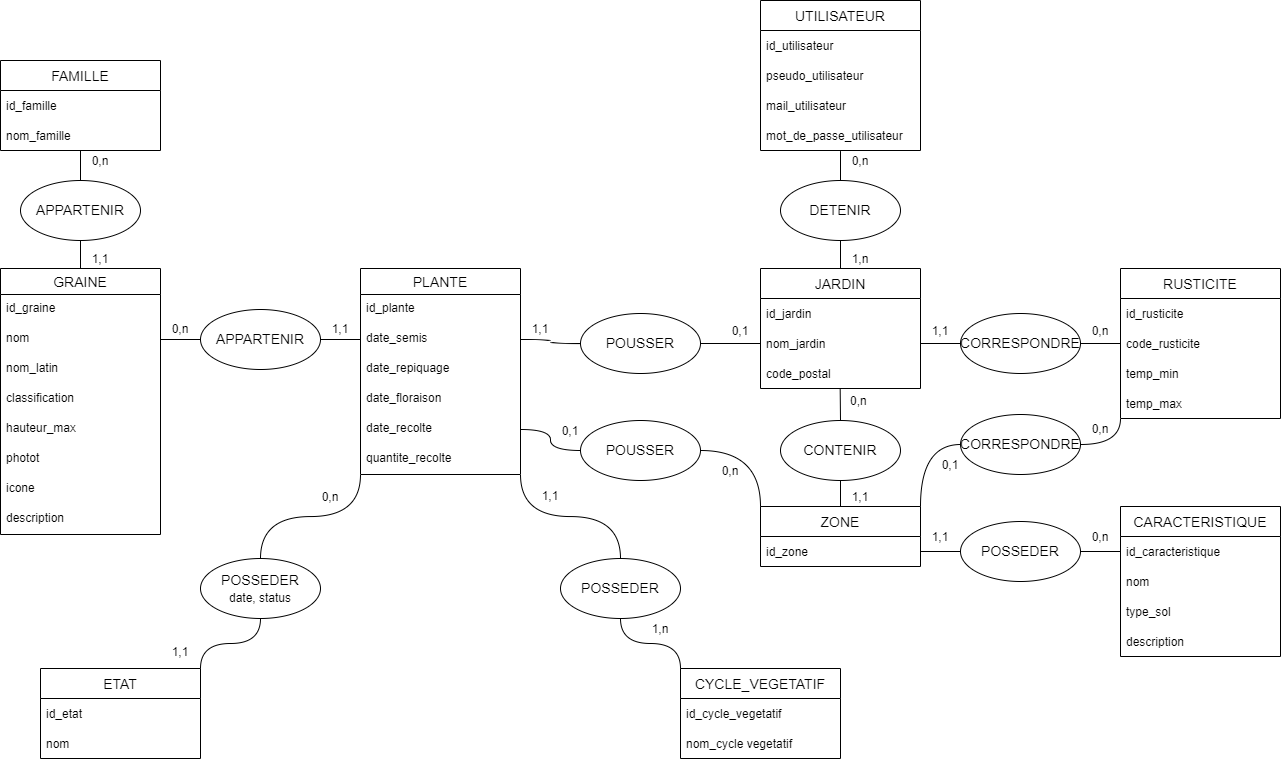
bigbossdusql/i-garden keeps this draw.io diagram as MCD.drawio.png. Above is the earlier version. Source tidied: cells renumbered, new cells last; positions are measured from the earlier drawing's top-left corner, leaving out a move shared by most shapes.
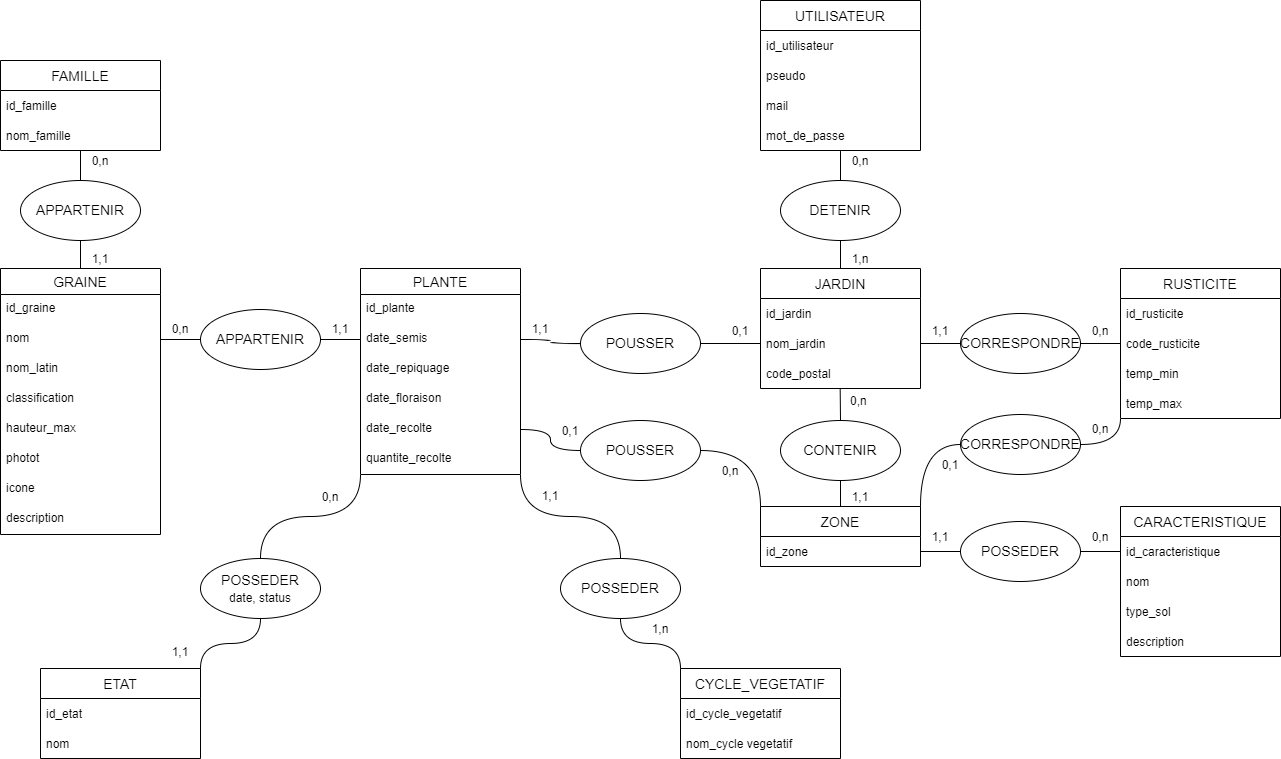
After the change.

Diff of the diagram source:
```diff
@@ -47,13 +47,13 @@
     <mxCell id="16" value="id_utilisateur" style="text;strokeColor=none;fillColor=none;align=left;verticalAlign=middle;spacingLeft=4;spacingRight=4;overflow=hidden;fontFamily=Helvetica;" parent="15" vertex="1">
       <mxGeometry y="30" width="160" height="30" as="geometry" />
     </mxCell>
-    <mxCell id="17" value="pseudo_utilisateur" style="text;strokeColor=none;fillColor=none;align=left;verticalAlign=middle;spacingLeft=4;spacingRight=4;overflow=hidden;fontFamily=Helvetica;" parent="15" vertex="1">
+    <mxCell id="17" value="pseudo" style="text;strokeColor=none;fillColor=none;align=left;verticalAlign=middle;spacingLeft=4;spacingRight=4;overflow=hidden;fontFamily=Helvetica;" parent="15" vertex="1">
       <mxGeometry y="60" width="160" height="30" as="geometry" />
     </mxCell>
-    <mxCell id="18" value="mail_utilisateur" style="text;strokeColor=none;fillColor=none;align=left;verticalAlign=middle;spacingLeft=4;spacingRight=4;overflow=hidden;fontFamily=Helvetica;" parent="15" vertex="1">
+    <mxCell id="18" value="mail" style="text;strokeColor=none;fillColor=none;align=left;verticalAlign=middle;spacingLeft=4;spacingRight=4;overflow=hidden;fontFamily=Helvetica;" parent="15" vertex="1">
       <mxGeometry y="90" width="160" height="30" as="geometry" />
     </mxCell>
-    <mxCell id="19" value="mot_de_passe_utilisateur" style="text;strokeColor=none;fillColor=none;align=left;verticalAlign=middle;spacingLeft=4;spacingRight=4;overflow=hidden;points=[[0,0.5],[1,0.5]];portConstraint=eastwest;fontFamily=Helvetica;" parent="15" vertex="1">
+    <mxCell id="19" value="mot_de_passe" style="text;strokeColor=none;fillColor=none;align=left;verticalAlign=middle;spacingLeft=4;spacingRight=4;overflow=hidden;points=[[0,0.5],[1,0.5]];portConstraint=eastwest;fontFamily=Helvetica;" parent="15" vertex="1">
       <mxGeometry y="120" width="160" height="30" as="geometry" />
     </mxCell>
     <mxCell id="20" value="FAMILLE" style="swimlane;fontStyle=0;horizontal=1;startSize=30;fontFamily=Helvetica;fontSize=14;" parent="1" vertex="1">
```
